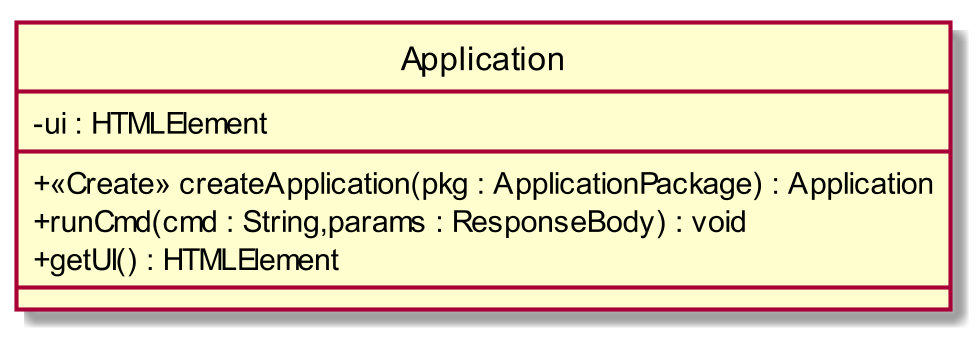
Earlier version of the PlantUML export RQ/Esterni/DefinizioneDiProdotto/images/ClassApplication.png (CoCodeSWE/Docs).
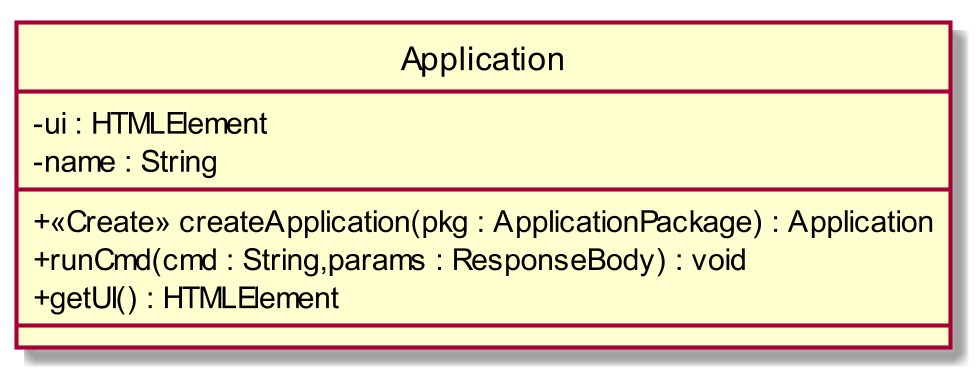
The same diagram one commit later.

Diff of the diagram source:
```diff
@@ -3,6 +3,7 @@
 skinparam classAttributeIconSize 0
 class Application{
 - ui : HTMLElement
+- name : String
 __
 + <<Create>> createApplication(pkg : ApplicationPackage) : Application
 + runCmd(cmd : String,params : ResponseBody) : void
```
